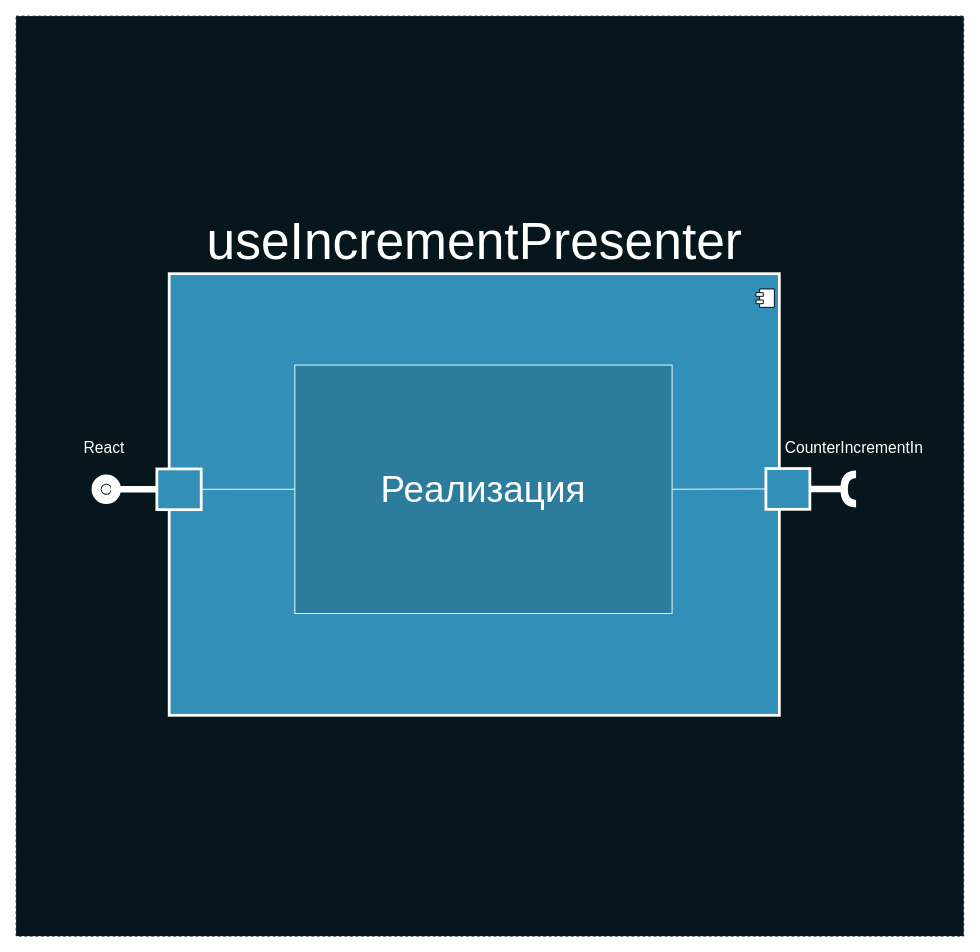
Before: deck/ru/diagrams/useIncrementPresenter.drawio in AlexanderLapygin/ca-react-rest-api-starter, a draw.io diagram. Source tidied: cells renumbered, new cells numbered last; positions are measured from the earlier drawing's top-left corner, leaving out a move shared by most shapes. Both pictures are drawn from the tidied source at 92%, with x=0, y=0 at pixel (16, 16).
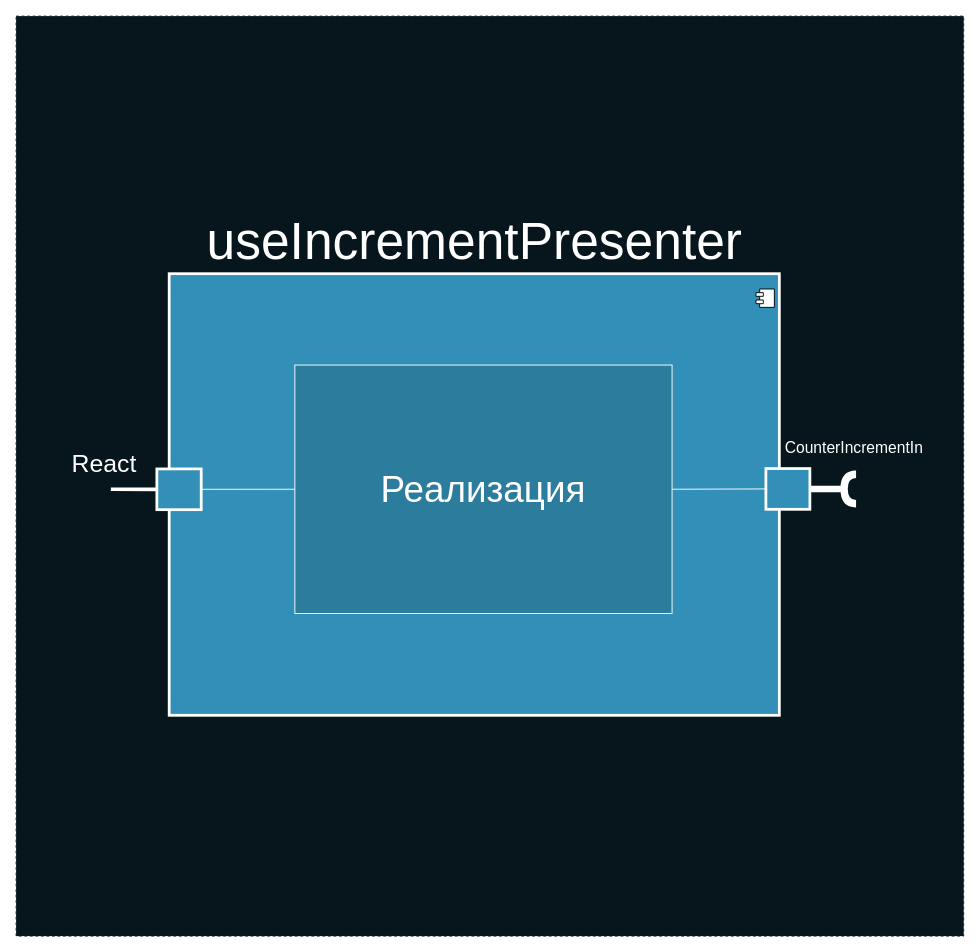
The same diagram, later.

Change to the diagram source:
```diff
@@
 <mxGraphModel background="#ffffff">
   <root>
     <mxCell id="0" />
     <mxCell id="1" parent="0" />
     <mxCell id="2" style="rounded=0;whiteSpace=wrap;html=1;fillColor=#07161C;fontSize=30;fontColor=#FFFFFF;strokeColor=#0C242E;dashed=1;" parent="1" vertex="1">
       <mxGeometry width="1030" height="1000" as="geometry" />
     </mxCell>
     <mxCell id="3" style="group;" parent="1" vertex="1">
       <mxGeometry x="83" y="280" width="820" height="480" as="geometry" />
     </mxCell>
     <mxCell id="4" style="group;" parent="3" vertex="1">
       <mxGeometry x="817" y="218" width="13" height="32" as="geometry" />
     </mxCell>
     <mxCell id="5" style="shape=requiredInterface;html=1;verticalLabelPosition=bottom;strokeColor=#FFFFFF;strokeWidth=8;fontSize=33;fontColor=#3CBBED;rotation=-180;" parent="4" vertex="1">
       <mxGeometry width="13" height="32" as="geometry" />
     </mxCell>
     <mxCell id="6" style="group;" parent="3" vertex="1">
       <mxGeometry width="787.8" height="480" as="geometry" />
     </mxCell>
     <mxCell id="7" value="&lt;font style=&quot;font-size: 56px&quot;&gt;useIncrementPresenter&lt;br&gt;&lt;/font&gt;" style="html=1;strokeColor=#FFFFFF;strokeWidth=3;fillColor=#3290B8;fontSize=23;fontColor=#FFFFFF;labelPosition=center;verticalLabelPosition=top;align=center;verticalAlign=bottom;" parent="6" vertex="1">
       <mxGeometry x="83.4" width="663.2" height="480" as="geometry" />
     </mxCell>
     <mxCell id="8" style="shape=component;jettyWidth=8;jettyHeight=4;" parent="7" vertex="1">
       <mxGeometry x="1" width="20" height="20" relative="1" as="geometry">
         <mxPoint x="-25.4" y="16.6" as="offset" />
       </mxGeometry>
     </mxCell>
     <mxCell id="9" style="rounded=0;whiteSpace=wrap;html=1;fillColor=#3290B8;strokeColor=#FFFFFF;strokeWidth=3;" parent="6" vertex="1">
       <mxGeometry x="732" y="211.8" width="47.8" height="44.3" as="geometry" />
     </mxCell>
-    <mxCell id="10" style="ellipse;whiteSpace=wrap;html=1;fontFamily=Helvetica;fontSize=12;fontColor=#FFFFFF;align=center;strokeColor=#FFFFFF;fillColor=#ffffff;points=[];strokeWidth=22;" parent="6" vertex="1">
-      <mxGeometry x="10" y="229.3" width="10" height="10" as="geometry" />
-    </mxCell>
     <mxCell id="11" style="rounded=0;whiteSpace=wrap;html=1;fillColor=#3290B8;strokeColor=#FFFFFF;strokeWidth=3;" parent="6" vertex="1">
       <mxGeometry x="70" y="212.2" width="48.2" height="44.3" as="geometry" />
     </mxCell>
-    <mxCell id="12" style="rounded=0;jettySize=auto;html=1;endArrow=none;endFill=0;fontSize=40;fontColor=#FFFFFF;strokeColor=#FFFFFF;strokeWidth=7;exitX=0;exitY=0.5;exitDx=0;exitDy=0;" parent="6" edge="1" source="11" target="10">
-      <mxGeometry relative="1" as="geometry" />
+    <mxCell id="12" style="rounded=0;jettySize=auto;html=1;endArrow=none;endFill=0;fontSize=30;fontColor=#FFFFFF;strokeColor=#FFFFFF;strokeWidth=4;exitX=0;exitY=0.5;exitDx=0;exitDy=0;" parent="6" edge="1" source="11">
+      <mxGeometry relative="1" as="geometry">
+        <mxPoint x="20" y="234.3" as="targetPoint" />
+      </mxGeometry>
     </mxCell>
     <mxCell id="13" value="&lt;font color=&quot;#ffffff&quot; style=&quot;font-size: 40px&quot;&gt;Реализация&lt;/font&gt;" style="rounded=0;whiteSpace=wrap;html=1;strokeColor=#FFFFFF;fillColor=#2C7C9E;" parent="6" vertex="1">
       <mxGeometry x="220" y="99.3" width="410" height="270" as="geometry" />
     </mxCell>
     <mxCell id="14" style="endArrow=none;html=1;strokeColor=#FFFFFF;fontSize=20;endFill=0;strokeWidth=1;exitX=1;exitY=0.5;exitDx=0;exitDy=0;entryX=0;entryY=0.5;entryDx=0;entryDy=0;" parent="6" edge="1" source="11" target="13">
       <mxGeometry relative="1" as="geometry" />
     </mxCell>
     <mxCell id="15" style="endArrow=none;html=1;strokeColor=#FFFFFF;fontSize=20;endFill=0;strokeWidth=1;exitX=1;exitY=0.5;exitDx=0;exitDy=0;entryX=0;entryY=0.5;entryDx=0;entryDy=0;" parent="6" edge="1" source="13" target="9">
       <mxGeometry relative="1" as="geometry" />
     </mxCell>
     <mxCell id="16" style="rounded=0;jettySize=auto;html=1;endArrow=none;endFill=0;fontSize=40;fontColor=#FFFFFF;strokeColor=#FFFFFF;strokeWidth=7;exitX=1;exitY=0.5;exitDx=0;exitDy=0;exitPerimeter=0;entryX=1;entryY=0.5;entryDx=0;entryDy=0;" parent="3" edge="1" source="5" target="9">
       <mxGeometry relative="1" as="geometry" />
     </mxCell>
-    <mxCell id="17" value="&lt;font color=&quot;#ffffff&quot;&gt;React&lt;/font&gt;" style="text;html=1;strokeColor=none;fillColor=none;align=center;verticalAlign=middle;whiteSpace=wrap;rounded=0;fontSize=17;" parent="1" vertex="1">
-      <mxGeometry x="50" y="460" width="92" height="20" as="geometry" />
+    <mxCell id="17" value="&lt;font color=&quot;#ffffff&quot; style=&quot;font-size: 27px;&quot;&gt;React&lt;/font&gt;" style="text;html=1;strokeColor=none;fillColor=none;align=center;verticalAlign=middle;whiteSpace=wrap;rounded=0;fontSize=27;fontStyle=0;" parent="1" vertex="1">
+      <mxGeometry x="50" y="477" width="92" height="20" as="geometry" />
     </mxCell>
     <mxCell id="18" value="&lt;font color=&quot;#ffffff&quot; style=&quot;font-size: 17px&quot;&gt;CounterIncrementIn&lt;/font&gt;" style="text;html=1;strokeColor=none;fillColor=none;align=center;verticalAlign=middle;whiteSpace=wrap;rounded=0;fontSize=17;" parent="1" vertex="1">
       <mxGeometry x="845" y="460" width="132" height="20" as="geometry" />
     </mxCell>
   </root>
 </mxGraphModel>
```
